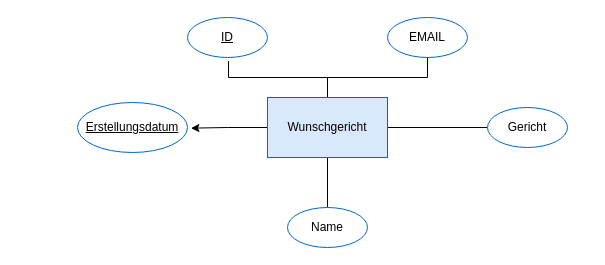
Earlier version of the draw.io diagram beispiele/M4_A1_ERD_Diagramm.drawio (LuisDoc/E-Mensa_Werbeseite). Source tidied: cells renumbered, new cells numbered last; positions are measured from the earlier drawing's top-left corner, leaving out a move shared by most shapes. Both pictures are drawn from the tidied source at 100%, with x=0, y=0 at pixel (77, 17).
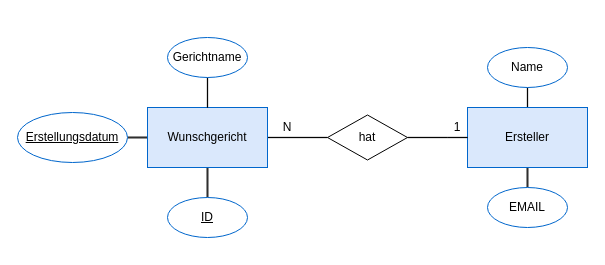
The same page after the edit.

Change to the diagram source:
```diff
@@
+    <mxCell id="13" style="edgeStyle=none;shape=link;rounded=0;jettySize=auto;html=1;width=-0.2857142857142865;" parent="1" edge="1" source="7" target="19">
+      <mxGeometry relative="1" as="geometry" />
+    </mxCell>
-    <mxCell id="2" style="edgeStyle=orthogonalEdgeStyle;rounded=0;jettySize=auto;html=1;entryX=1.031;entryY=0.513;entryDx=0;entryDy=0;entryPerimeter=0;" parent="1" edge="1" source="7" target="9">
+    <mxCell id="2" style="edgeStyle=none;shape=link;rounded=0;jettySize=auto;html=1;exitX=0;exitY=0.5;exitDx=0;exitDy=0;entryX=1;entryY=0.5;entryDx=0;entryDy=0;width=0.8571428571428577;" parent="1" edge="1" source="7" target="9">
       <mxGeometry relative="1" as="geometry" />
     </mxCell>
-    <mxCell id="3" style="edgeStyle=orthogonalEdgeStyle;rounded=0;jettySize=auto;html=1;entryX=0.513;entryY=1.088;entryDx=0;entryDy=0;entryPerimeter=0;endArrow=none;endFill=0;" parent="1" edge="1" source="7" target="8">
+    <mxCell id="3" style="edgeStyle=none;shape=link;rounded=0;jettySize=auto;html=1;exitX=0.5;exitY=1;exitDx=0;exitDy=0;width=0.8571428571428577;" parent="1" edge="1" source="7" target="8">
       <mxGeometry relative="1" as="geometry" />
     </mxCell>
-    <mxCell id="4" style="edgeStyle=orthogonalEdgeStyle;rounded=0;jettySize=auto;html=1;entryX=0.5;entryY=0;entryDx=0;entryDy=0;endArrow=none;endFill=0;" parent="1" edge="1" source="7" target="10">
-      <mxGeometry relative="1" as="geometry" />
-    </mxCell>
-    <mxCell id="5" style="edgeStyle=orthogonalEdgeStyle;rounded=0;jettySize=auto;html=1;entryX=0;entryY=0.5;entryDx=0;entryDy=0;endArrow=none;endFill=0;" parent="1" edge="1" source="7" target="11">
-      <mxGeometry relative="1" as="geometry" />
-    </mxCell>
-    <mxCell id="6" style="edgeStyle=orthogonalEdgeStyle;rounded=0;jettySize=auto;html=1;entryX=0.5;entryY=1;entryDx=0;entryDy=0;endArrow=none;endFill=0;" parent="1" edge="1" source="7" target="12">
-      <mxGeometry relative="1" as="geometry" />
-    </mxCell>
     <mxCell id="7" value="Wunschgericht" style="rounded=0;whiteSpace=wrap;html=1;fillColor=#dae8fc;strokeColor=#0066CC;" parent="1" vertex="1">
-      <mxGeometry x="190" y="80" width="120" height="60" as="geometry" />
+      <mxGeometry x="70" y="90" width="120" height="60" as="geometry" />
     </mxCell>
     <mxCell id="8" value="&lt;u&gt;ID&lt;/u&gt;" style="ellipse;whiteSpace=wrap;html=1;strokeColor=#0066CC;" parent="1" vertex="1">
-      <mxGeometry x="110" width="80" height="40" as="geometry" />
+      <mxGeometry x="90" y="180" width="80" height="40" as="geometry" />
     </mxCell>
     <mxCell id="9" value="&lt;u&gt;Erstellungsdatum&lt;/u&gt;" style="ellipse;whiteSpace=wrap;html=1;strokeColor=#0066CC;" parent="1" vertex="1">
-      <mxGeometry y="85" width="110" height="50" as="geometry" />
+      <mxGeometry x="-60" y="95" width="110" height="50" as="geometry" />
     </mxCell>
+    <mxCell id="14" style="edgeStyle=none;shape=link;rounded=0;jettySize=auto;html=1;exitX=0.5;exitY=1;exitDx=0;exitDy=0;entryX=0.5;entryY=0;entryDx=0;entryDy=0;width=-0.2857142857142865;" parent="1" edge="1" source="10" target="17">
+      <mxGeometry relative="1" as="geometry" />
+    </mxCell>
     <mxCell id="10" value="Name" style="ellipse;whiteSpace=wrap;html=1;strokeColor=#0066CC;" parent="1" vertex="1">
-      <mxGeometry x="210" y="190" width="80" height="40" as="geometry" />
+      <mxGeometry x="410" y="30" width="80" height="40" as="geometry" />
     </mxCell>
+    <mxCell id="15" style="edgeStyle=none;shape=link;rounded=0;jettySize=auto;html=1;width=-0.2857142857142865;" parent="1" edge="1" source="11" target="7">
+      <mxGeometry relative="1" as="geometry" />
+    </mxCell>
-    <mxCell id="11" value="Gericht" style="ellipse;whiteSpace=wrap;html=1;strokeColor=#0066CC;" parent="1" vertex="1">
-      <mxGeometry x="410" y="90" width="80" height="40" as="geometry" />
+    <mxCell id="11" value="Gerichtname" style="ellipse;whiteSpace=wrap;html=1;strokeColor=#0066CC;" parent="1" vertex="1">
+      <mxGeometry x="90" y="20" width="80" height="40" as="geometry" />
     </mxCell>
+    <mxCell id="16" style="edgeStyle=none;shape=link;rounded=0;jettySize=auto;html=1;exitX=0.5;exitY=0;exitDx=0;exitDy=0;entryX=0.5;entryY=1;entryDx=0;entryDy=0;width=-0.8571428571428577;" parent="1" edge="1" source="12" target="17">
+      <mxGeometry relative="1" as="geometry" />
+    </mxCell>
     <mxCell id="12" value="EMAIL" style="ellipse;whiteSpace=wrap;html=1;strokeColor=#0066CC;" parent="1" vertex="1">
-      <mxGeometry x="310" width="80" height="40" as="geometry" />
+      <mxGeometry x="410" y="170" width="80" height="40" as="geometry" />
     </mxCell>
+    <mxCell id="17" value="Ersteller" style="rounded=0;whiteSpace=wrap;html=1;fillColor=#dae8fc;strokeColor=#0066CC;" parent="1" vertex="1">
+      <mxGeometry x="390" y="90" width="120" height="60" as="geometry" />
+    </mxCell>
+    <mxCell id="18" style="edgeStyle=none;shape=link;rounded=0;jettySize=auto;html=1;exitX=1;exitY=0.5;exitDx=0;exitDy=0;entryX=0;entryY=0.5;entryDx=0;entryDy=0;width=-0.2857142857142865;" parent="1" edge="1" source="19" target="17">
+      <mxGeometry relative="1" as="geometry">
+        <Array as="points">
+          <mxPoint x="370" y="120" />
+        </Array>
+      </mxGeometry>
+    </mxCell>
+    <mxCell id="19" value="hat" style="rhombus;whiteSpace=wrap;html=1;" parent="1" vertex="1">
+      <mxGeometry x="250" y="97.5" width="80" height="45" as="geometry" />
+    </mxCell>
+    <mxCell id="20" value="N" style="text;html=1;strokeColor=none;fillColor=none;align=center;verticalAlign=middle;whiteSpace=wrap;rounded=0;" parent="1" vertex="1">
+      <mxGeometry x="180" y="95" width="60" height="30" as="geometry" />
+    </mxCell>
+    <mxCell id="21" value="1" style="text;html=1;strokeColor=none;fillColor=none;align=center;verticalAlign=middle;whiteSpace=wrap;rounded=0;" parent="1" vertex="1">
+      <mxGeometry x="350" y="95" width="60" height="30" as="geometry" />
+    </mxCell>
```
